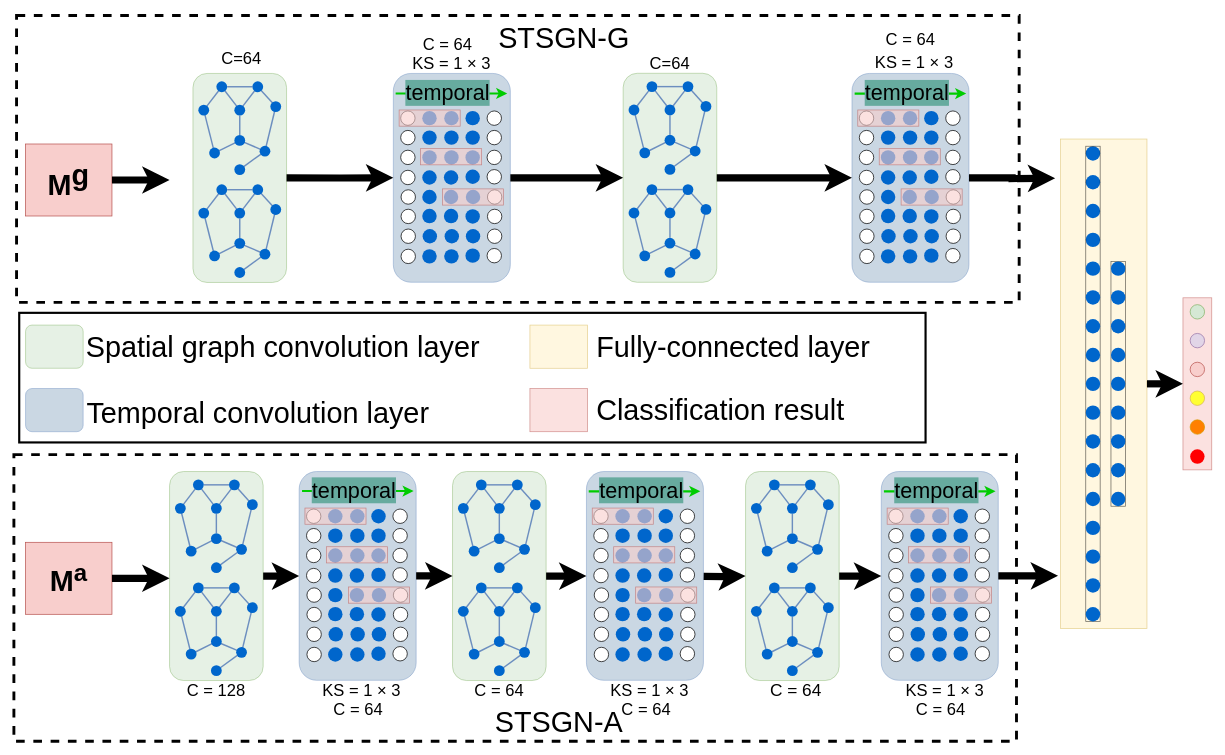
The draw.io diagram page "Page-3" (3 of 3) of FG4.drawio in 1009351456/Anonymous, before the edit. Source tidied: cells renumbered, new cells numbered last; positions are measured from the earlier drawing's top-left corner, leaving out a move shared by most shapes. Both pictures are drawn from the tidied source at 72%, with x=0, y=0 at pixel (14, 15).
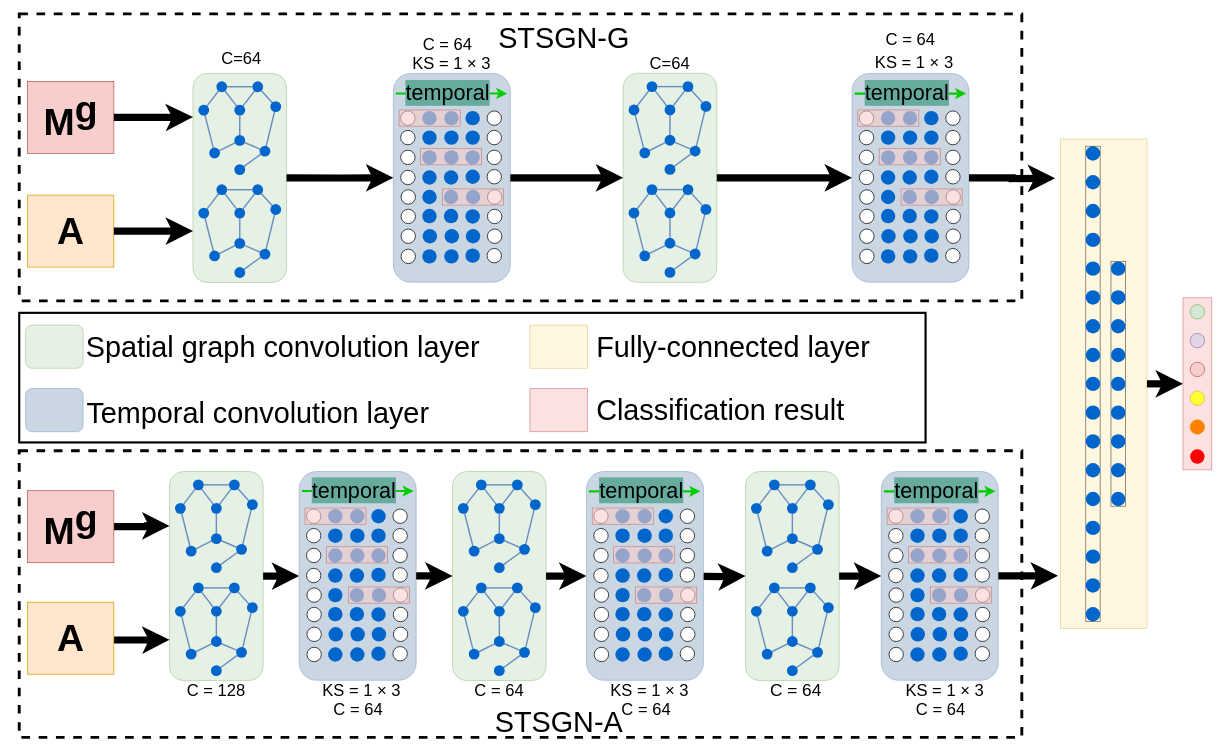
The same page after the edit.

The edit, as a diff of the source:
```diff
@@
     <mxCell id="2" style="rounded=0;whiteSpace=wrap;html=1;fontSize=15;dashed=1;strokeWidth=4;" parent="1" vertex="1">
-      <mxGeometry x="-0.2" y="610" width="1392.5" height="398" as="geometry" />
+      <mxGeometry x="7.2" y="604.6" width="1392.5" height="398" as="geometry" />
     </mxCell>
     <mxCell id="3" style="rounded=0;whiteSpace=wrap;html=1;fontSize=15;dashed=1;strokeWidth=4;" parent="1" vertex="1">
-      <mxGeometry x="3.5" width="1392.5" height="398.5" as="geometry" />
+      <mxGeometry x="7.2" y="-2.2" width="1392.5" height="398.5" as="geometry" />
     </mxCell>
@@
-    <mxCell id="22" value="M&lt;sup style=&quot;font-size: 40px&quot;&gt;g&lt;/sup&gt;" style="rounded=0;whiteSpace=wrap;html=1;fontSize=40;fillColor=#f8cecc;strokeColor=#b85450;fontStyle=1;" parent="1" vertex="1">
-      <mxGeometry x="16" y="178.5" width="120" height="100" as="geometry" />
+    <mxCell id="22" value="M&lt;sup style=&quot;font-size: 52px;&quot;&gt;g&lt;/sup&gt;" style="rounded=0;whiteSpace=wrap;html=1;fontSize=52;fillColor=#f8cecc;strokeColor=#b85450;fontStyle=1;align=center;verticalAlign=top;" parent="1" vertex="1">
+      <mxGeometry x="18.6" y="91.5" width="120" height="100" as="geometry" />
     </mxCell>
     <mxCell id="23" style="edgeStyle=orthogonalEdgeStyle;rounded=0;jettySize=auto;html=1;strokeWidth=10;exitX=1;exitY=0.5;exitDx=0;exitDy=0;" parent="1" edge="1" source="22">
       <mxGeometry relative="1" as="geometry">
-        <mxPoint x="216" y="228.5" as="targetPoint" />
+        <mxPoint x="248.6" y="140.9" as="targetPoint" />
         <Array as="points">
-          <mxPoint x="216" y="228.5" />
-          <mxPoint x="216" y="228.5" />
+          <mxPoint x="218.6" y="141.5" />
+          <mxPoint x="218.6" y="141.5" />
         </Array>
       </mxGeometry>
     </mxCell>
@@
-    <mxCell id="197" value="M&lt;sup&gt;a&lt;/sup&gt;" style="rounded=0;whiteSpace=wrap;html=1;fontSize=40;fillColor=#f8cecc;strokeColor=#b85450;fontStyle=1;" parent="1" vertex="1">
-      <mxGeometry x="16" y="731.7" width="120" height="100" as="geometry" />
-    </mxCell>
-    <mxCell id="198" style="edgeStyle=orthogonalEdgeStyle;rounded=0;jettySize=auto;html=1;strokeWidth=10;exitX=1;exitY=0.5;exitDx=0;exitDy=0;" parent="1" edge="1" source="197">
-      <mxGeometry relative="1" as="geometry">
-        <mxPoint x="216" y="781.7" as="targetPoint" />
-        <Array as="points">
-          <mxPoint x="216" y="781.7" />
-          <mxPoint x="216" y="781.7" />
-        </Array>
-      </mxGeometry>
-    </mxCell>
@@
+    <mxCell id="516" value="A" style="rounded=0;whiteSpace=wrap;html=1;fontSize=52;fillColor=#ffe6cc;strokeColor=#d79b00;fontStyle=1;verticalAlign=middle;" parent="1" vertex="1">
+      <mxGeometry x="18.6" y="249.5" width="120" height="100" as="geometry" />
+    </mxCell>
+    <mxCell id="517" style="edgeStyle=orthogonalEdgeStyle;rounded=0;jettySize=auto;html=1;strokeWidth=10;exitX=1;exitY=0.5;exitDx=0;exitDy=0;" parent="1" edge="1" source="516">
+      <mxGeometry relative="1" as="geometry">
+        <mxPoint x="248.6" y="299.3" as="targetPoint" />
+        <Array as="points">
+          <mxPoint x="218.6" y="299.5" />
+          <mxPoint x="218.6" y="299.5" />
+        </Array>
+      </mxGeometry>
+    </mxCell>
+    <mxCell id="518" style="edgeStyle=orthogonalEdgeStyle;rounded=0;jettySize=auto;html=1;strokeWidth=10;exitX=1;exitY=0.5;exitDx=0;exitDy=0;" parent="1" edge="1" source="520">
+      <mxGeometry relative="1" as="geometry">
+        <mxPoint x="216" y="708.9" as="targetPoint" />
+        <Array as="points">
+          <mxPoint x="185.6" y="709.4" />
+          <mxPoint x="185.6" y="709.4" />
+        </Array>
+      </mxGeometry>
+    </mxCell>
+    <mxCell id="519" style="edgeStyle=orthogonalEdgeStyle;rounded=0;jettySize=auto;html=1;strokeWidth=10;exitX=1;exitY=0.5;exitDx=0;exitDy=0;" parent="1" edge="1" source="521">
+      <mxGeometry relative="1" as="geometry">
+        <mxPoint x="216" y="866.9" as="targetPoint" />
+        <Array as="points">
+          <mxPoint x="185.6" y="867.4" />
+          <mxPoint x="185.6" y="867.4" />
+        </Array>
+      </mxGeometry>
+    </mxCell>
+    <mxCell id="520" value="M&lt;sup style=&quot;font-size: 52px;&quot;&gt;g&lt;/sup&gt;" style="rounded=0;whiteSpace=wrap;html=1;fontSize=52;fillColor=#f8cecc;strokeColor=#b85450;fontStyle=1;align=center;verticalAlign=top;" parent="1" vertex="1">
+      <mxGeometry x="18.6" y="660" width="120" height="100" as="geometry" />
+    </mxCell>
+    <mxCell id="521" value="A" style="rounded=0;whiteSpace=wrap;html=1;fontSize=52;fillColor=#ffe6cc;strokeColor=#d79b00;fontStyle=1;verticalAlign=middle;" parent="1" vertex="1">
+      <mxGeometry x="18.6" y="814.9" width="120" height="100" as="geometry" />
+    </mxCell>
```
